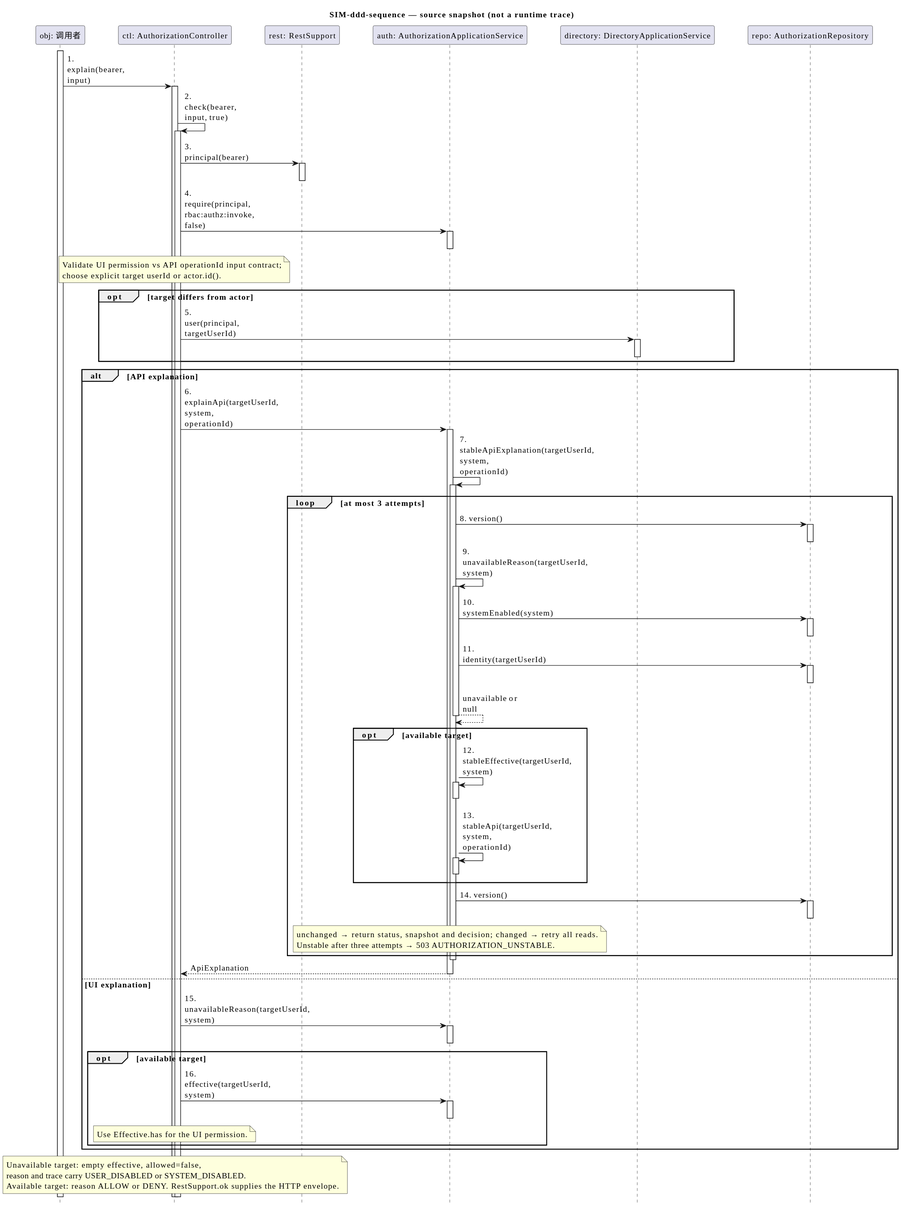
The PlantUML diagram docs/design/SIM-ddd-sequence.svg in tang-new/OOAD, before a commit.
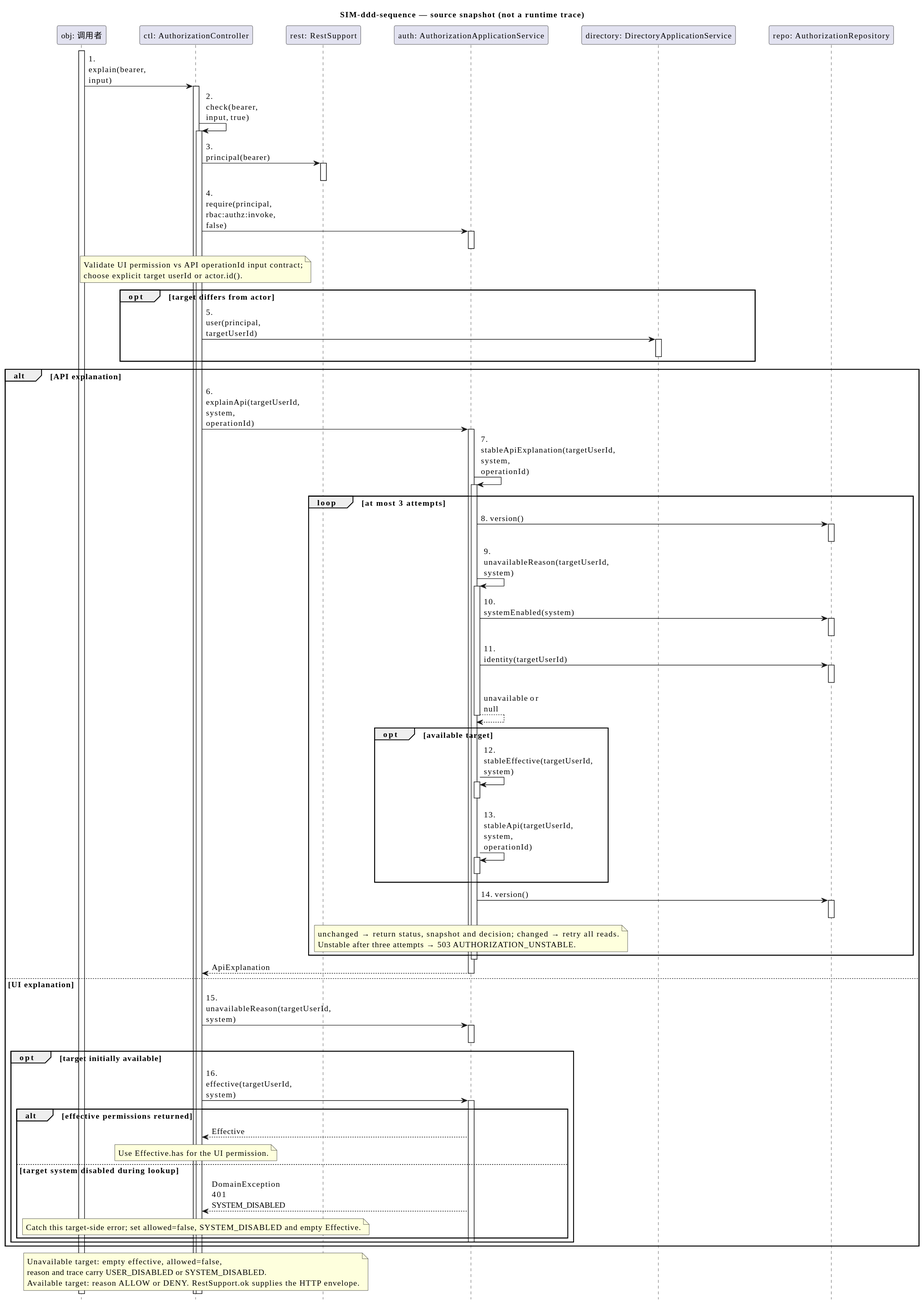
After the change.

The edit, as a diff of the source:
```diff
@@ -75,13 +75,21 @@
 ctl -> auth: 15. unavailableReason(targetUserId, system)
 activate auth
 deactivate auth
-opt available target
+opt target initially available
 ctl -> auth: 16. effective(targetUserId, system)
 activate auth
-deactivate auth
+alt effective permissions returned
+auth --> ctl: Effective
 note over ctl
 Use Effective.has for the UI permission.
 end note
+else target system disabled during lookup
+auth --> ctl: DomainException 401 SYSTEM_DISABLED
+note over ctl
+Catch this target-side error; set allowed=false, SYSTEM_DISABLED and empty Effective.
+end note
+end
+deactivate auth
 end
 end
 note over ctl
```
